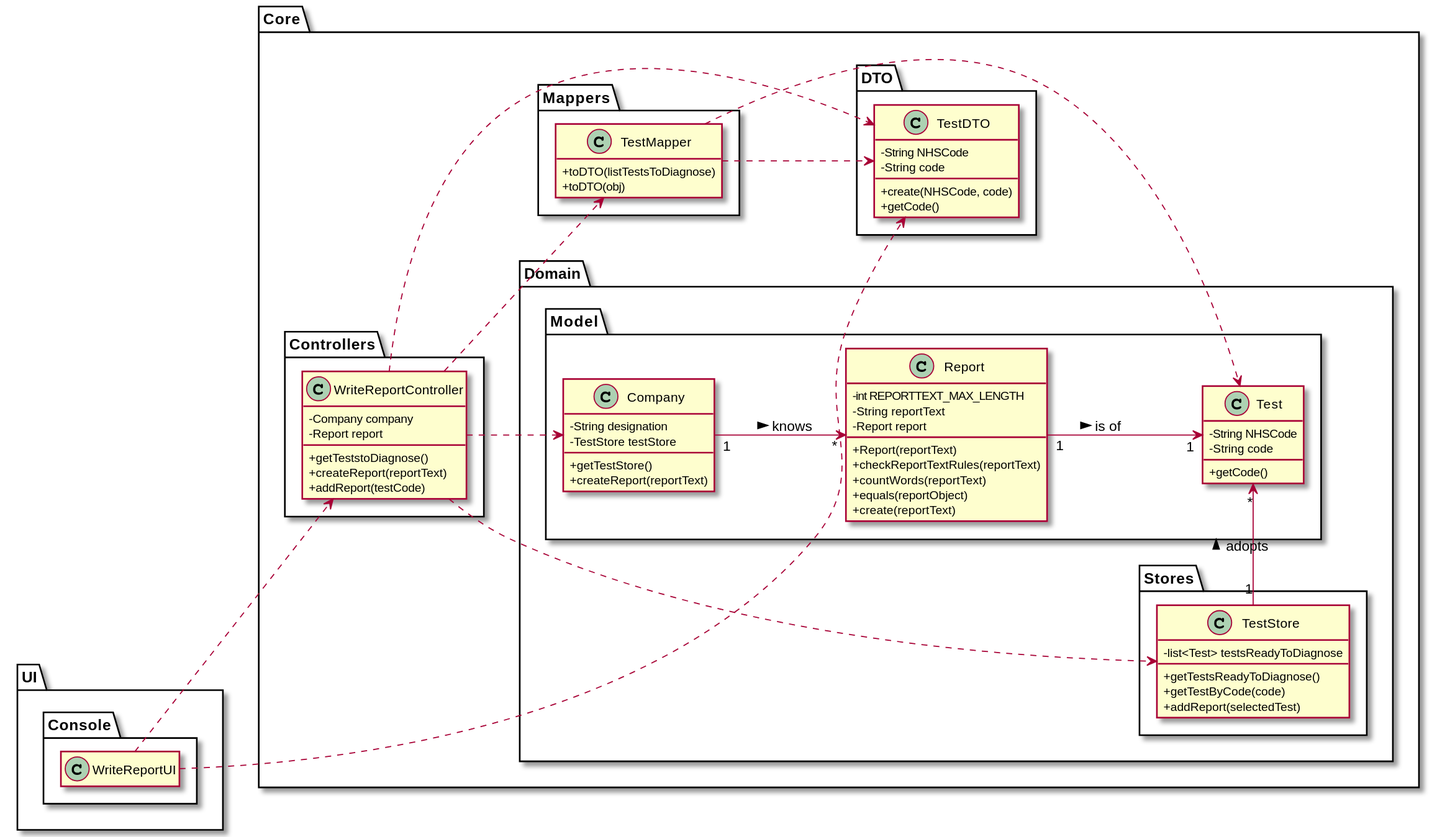
Above: docs/SprintC/US_14/US014_CD.svg in ana-albergaria/LAPR2-ISEP (PlantUML), before the change.
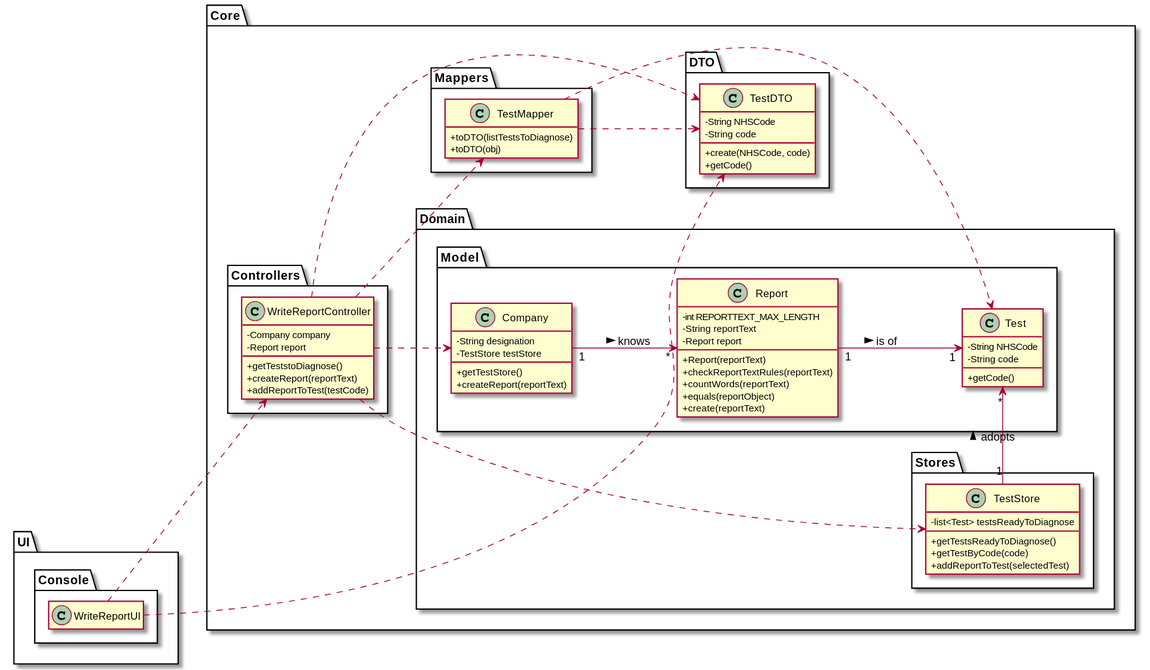
After the commit.

Diff of the diagram source:
```diff
@@ -42,7 +42,7 @@
     -list<Test> testsReadyToDiagnose
     +getTestsReadyToDiagnose()
     +getTestByCode(code)
-    +addReport(selectedTest)
+    +addReportToTest(selectedTest)
 }
 
 }
@@ -76,7 +76,7 @@
     -Report report
     +getTeststoDiagnose()
     +createReport(reportText)
-    +addReport(testCode)
+    +addReportToTest(testCode)
 }
 
 }
```
